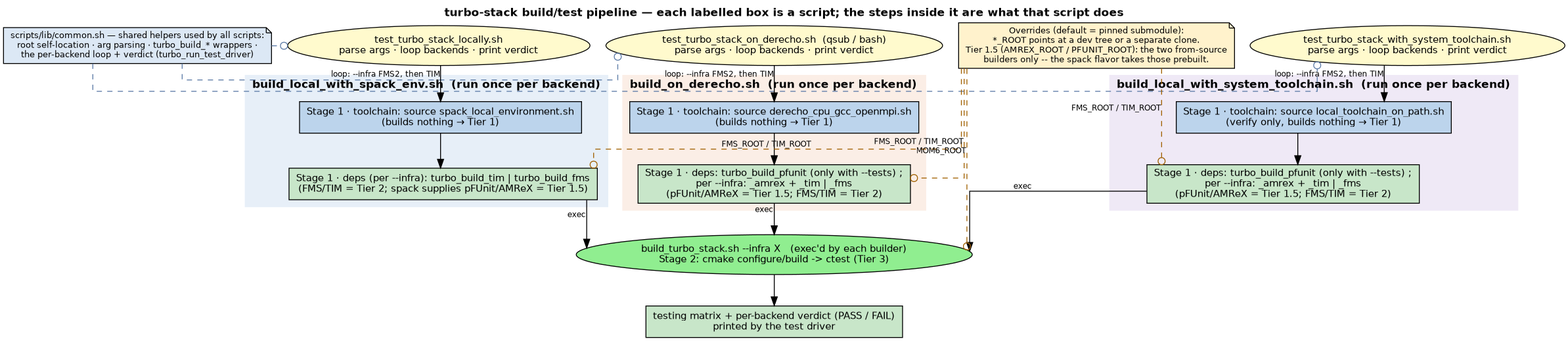
This is docs/build_test_orchestration.png from TURBO-ESM/turbo-stack, a Graphviz export, as it was before one commit. Its source is kept beside it as docs/build_test_orchestration.dot.
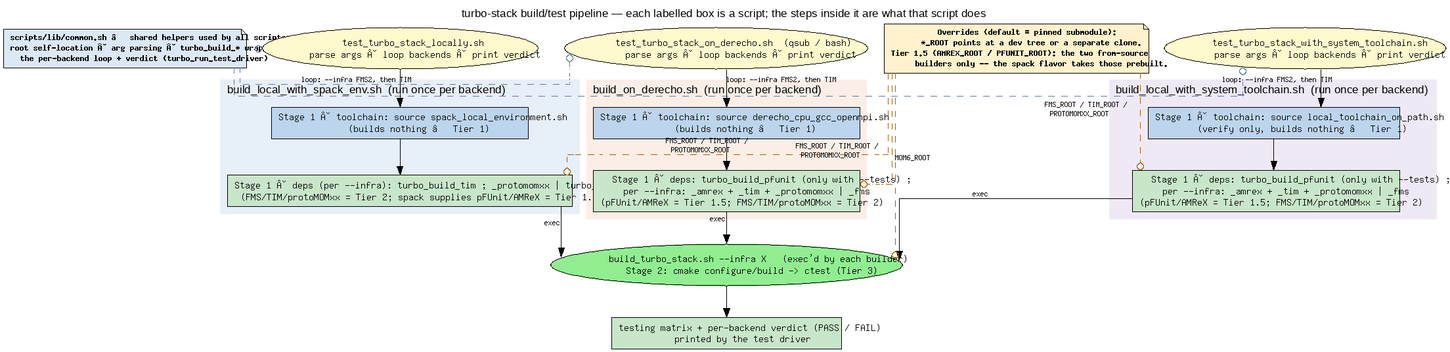
After the commit.

Change to the diagram source:
```diff
@@ -24,7 +24,7 @@
         label="build_local_with_spack_env.sh  (run once per backend)"; labeljust=l;
         style=filled; color="#e7eff8"; fontname="Helvetica-Bold";
         l_env  [label="Stage 1 · toolchain: source spack_local_environment.sh\n(builds nothing → Tier 1)", fillcolor="#bcd4ec", style=filled];
-        l_deps [label="Stage 1 · deps (per --infra): turbo_build_tim | turbo_build_fms\n(FMS/TIM = Tier 2; spack supplies pFUnit/AMReX = Tier 1.5)", fillcolor="#c8e6c9", style=filled];
+        l_deps [label="Stage 1 · deps (per --infra): turbo_build_tim ; _protomomxx | turbo_build_fms\n(FMS/TIM/protoMOMxx = Tier 2; spack supplies pFUnit/AMReX = Tier 1.5)", fillcolor="#c8e6c9", style=filled];
         l_env -> l_deps;
     }
 
@@ -32,7 +32,7 @@
         label="build_on_derecho.sh  (run once per backend)"; labeljust=l;
         style=filled; color="#fbeee6"; fontname="Helvetica-Bold";
         d_env  [label="Stage 1 · toolchain: source derecho_cpu_gcc_openmpi.sh\n(builds nothing → Tier 1)", fillcolor="#bcd4ec", style=filled];
-        d_deps [label="Stage 1 · deps: turbo_build_pfunit (only with --tests) ;\nper --infra: _amrex + _tim | _fms\n(pFUnit/AMReX = Tier 1.5; FMS/TIM = Tier 2)", fillcolor="#c8e6c9", style=filled];
+        d_deps [label="Stage 1 · deps: turbo_build_pfunit (only with --tests) ;\nper --infra: _amrex + _tim + _protomomxx | _fms\n(pFUnit/AMReX = Tier 1.5; FMS/TIM/protoMOMxx = Tier 2)", fillcolor="#c8e6c9", style=filled];
         d_env -> d_deps;
     }
 
@@ -40,7 +40,7 @@
         label="build_local_with_system_toolchain.sh  (run once per backend)"; labeljust=l;
         style=filled; color="#efe9f6"; fontname="Helvetica-Bold";
         s_env  [label="Stage 1 · toolchain: source local_toolchain_on_path.sh\n(verify only, builds nothing → Tier 1)", fillcolor="#bcd4ec", style=filled];
-        s_deps [label="Stage 1 · deps: turbo_build_pfunit (only with --tests) ;\nper --infra: _amrex + _tim | _fms\n(pFUnit/AMReX = Tier 1.5; FMS/TIM = Tier 2)", fillcolor="#c8e6c9", style=filled];
+        s_deps [label="Stage 1 · deps: turbo_build_pfunit (only with --tests) ;\nper --infra: _amrex + _tim + _protomomxx | _fms\n(pFUnit/AMReX = Tier 1.5; FMS/TIM/protoMOMxx = Tier 2)", fillcolor="#c8e6c9", style=filled];
         s_env -> s_deps;
     }
 
@@ -62,8 +62,8 @@
 
     hotswap [shape=note, fillcolor="#fff2cc", style=filled, fontsize=10,
              label="Overrides (default = pinned submodule):\n*_ROOT points at a dev tree or a separate clone.\nTier 1.5 (AMREX_ROOT / PFUNIT_ROOT): the two from-source\nbuilders only -- the spack flavor takes those prebuilt."];
-    hotswap -> l_deps [style=dashed, color="#a06000", arrowhead=odot, constraint=false, xlabel="FMS_ROOT / TIM_ROOT"];
-    hotswap -> s_deps [style=dashed, color="#a06000", arrowhead=odot, constraint=false, xlabel="FMS_ROOT / TIM_ROOT"];
-    hotswap -> d_deps [style=dashed, color="#a06000", arrowhead=odot, constraint=false, xlabel="FMS_ROOT / TIM_ROOT"];
+    hotswap -> l_deps [style=dashed, color="#a06000", arrowhead=odot, constraint=false, xlabel="FMS_ROOT / TIM_ROOT /\nPROTOMOMXX_ROOT"];
+    hotswap -> s_deps [style=dashed, color="#a06000", arrowhead=odot, constraint=false, xlabel="FMS_ROOT / TIM_ROOT /\nPROTOMOMXX_ROOT"];
+    hotswap -> d_deps [style=dashed, color="#a06000", arrowhead=odot, constraint=false, xlabel="FMS_ROOT / TIM_ROOT /\nPROTOMOMXX_ROOT"];
     hotswap -> bld   [style=dashed, color="#a06000", arrowhead=odot, constraint=false, xlabel="MOM6_ROOT"];
 }
```
